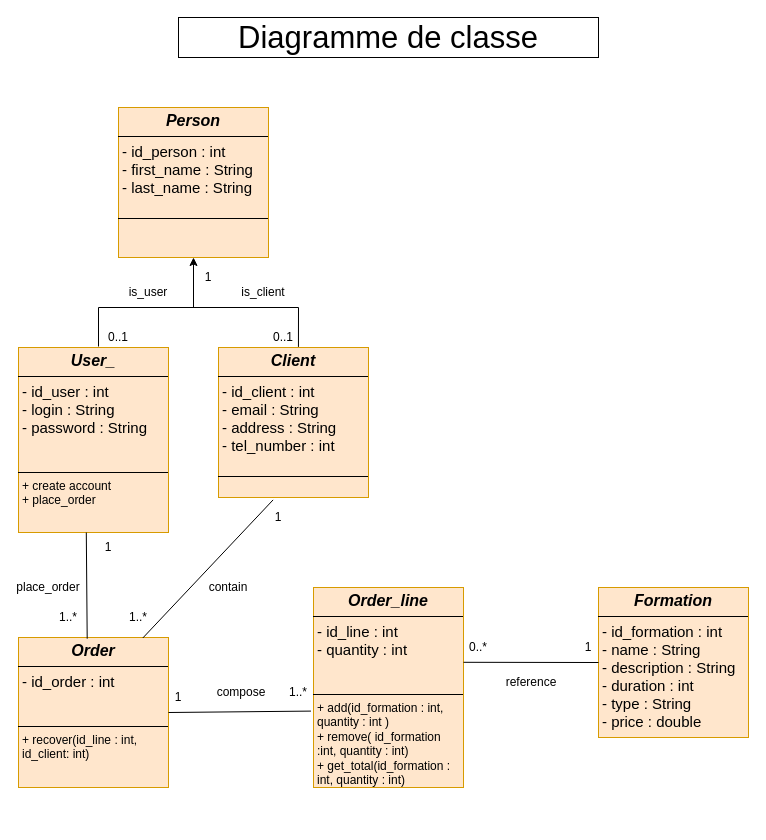
The draw.io diagram page "Diagramme de Classe" (1 of 4) of Conception/Diagrammes/UML_Appli_Formation.drawio in PinsolleP/Evaluation-Appli-Formation, before the edit. Source tidied: cells renumbered, new cells numbered last; positions are measured from the earlier drawing's top-left corner, leaving out a move shared by most shapes. Both pictures are drawn from the tidied source at 100%, with x=0, y=0 at pixel (18, 17).
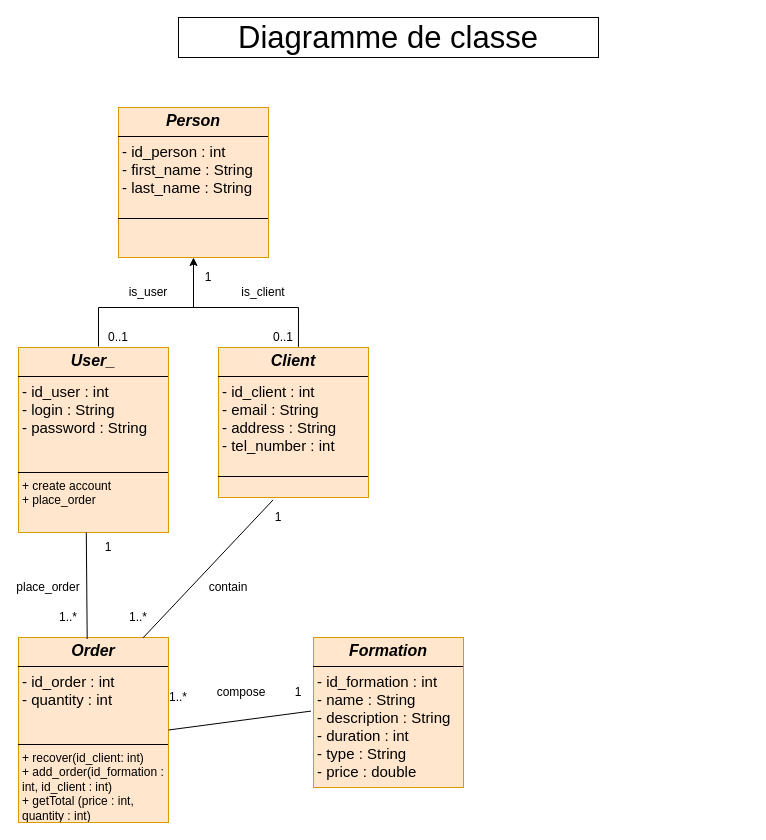
The same diagram, later.

Commit message:
Changement de modèle

The edit, as a diff of the source:
```diff
@@
-    <mxCell id="10" value="&lt;p style=&quot;margin:0px;margin-top:4px;text-align:center;&quot;&gt;&lt;span style=&quot;font-size: 16px;&quot;&gt;&lt;b&gt;&lt;i&gt;Order&lt;/i&gt;&lt;/b&gt;&lt;/span&gt;&lt;/p&gt;&lt;hr size=&quot;1&quot; style=&quot;border-style:solid;&quot;&gt;&lt;p style=&quot;margin:0px;margin-left:4px;&quot;&gt;&lt;font style=&quot;font-size: 15px;&quot;&gt;- id_order : int&lt;/font&gt;&lt;/p&gt;&lt;p style=&quot;margin:0px;margin-left:4px;&quot;&gt;&lt;br&gt;&lt;/p&gt;&lt;p style=&quot;margin:0px;margin-left:4px;&quot;&gt;&lt;br&gt;&lt;/p&gt;&lt;hr size=&quot;1&quot; style=&quot;border-style:solid;&quot;&gt;&lt;p style=&quot;margin:0px;margin-left:4px;&quot;&gt;+ recover(id_line : int, id_client: int)&lt;/p&gt;" style="verticalAlign=top;align=left;overflow=fill;html=1;whiteSpace=wrap;fillColor=#ffe6cc;strokeColor=#d79b00;" parent="1" vertex="1">
-      <mxGeometry y="620" width="150" height="150" as="geometry" />
+    <mxCell id="10" value="&lt;p style=&quot;margin:0px;margin-top:4px;text-align:center;&quot;&gt;&lt;span style=&quot;font-size: 16px;&quot;&gt;&lt;b&gt;&lt;i&gt;Order&lt;/i&gt;&lt;/b&gt;&lt;/span&gt;&lt;/p&gt;&lt;hr size=&quot;1&quot; style=&quot;border-style:solid;&quot;&gt;&lt;p style=&quot;margin:0px;margin-left:4px;&quot;&gt;&lt;font style=&quot;font-size: 15px;&quot;&gt;- id_order : int&lt;/font&gt;&lt;/p&gt;&lt;p style=&quot;margin:0px;margin-left:4px;&quot;&gt;&lt;span style=&quot;font-size: 15px;&quot;&gt;- quantity : int&lt;/span&gt;&lt;/p&gt;&lt;p style=&quot;margin:0px;margin-left:4px;&quot;&gt;&lt;br&gt;&lt;/p&gt;&lt;p style=&quot;margin:0px;margin-left:4px;&quot;&gt;&lt;br&gt;&lt;/p&gt;&lt;hr size=&quot;1&quot; style=&quot;border-style:solid;&quot;&gt;&lt;p style=&quot;margin:0px;margin-left:4px;&quot;&gt;+ recover(id_client: int)&lt;/p&gt;&lt;p style=&quot;margin:0px;margin-left:4px;&quot;&gt;+ add_order(id_formation : int, id_client : int)&lt;/p&gt;&lt;p style=&quot;margin:0px;margin-left:4px;&quot;&gt;+ getTotal (price : int, quantity : int)&lt;/p&gt;" style="verticalAlign=top;align=left;overflow=fill;html=1;whiteSpace=wrap;fillColor=#ffe6cc;strokeColor=#d79b00;" parent="1" vertex="1">
+      <mxGeometry y="620" width="150" height="185" as="geometry" />
     </mxCell>
-    <mxCell id="11" value="&lt;p style=&quot;margin:0px;margin-top:4px;text-align:center;&quot;&gt;&lt;span style=&quot;font-size: 16px;&quot;&gt;&lt;b&gt;&lt;i&gt;Order_line&lt;/i&gt;&lt;/b&gt;&lt;/span&gt;&lt;/p&gt;&lt;hr size=&quot;1&quot; style=&quot;border-style:solid;&quot;&gt;&lt;p style=&quot;margin:0px;margin-left:4px;&quot;&gt;&lt;span style=&quot;font-size: 15px; background-color: transparent; color: light-dark(rgb(0, 0, 0), rgb(255, 255, 255));&quot;&gt;- id_line : int&lt;/span&gt;&lt;/p&gt;&lt;p style=&quot;margin:0px;margin-left:4px;&quot;&gt;&lt;span style=&quot;font-size: 15px;&quot;&gt;- quantity : int&lt;/span&gt;&lt;/p&gt;&lt;p style=&quot;margin:0px;margin-left:4px;&quot;&gt;&lt;br&gt;&lt;/p&gt;&lt;p style=&quot;margin:0px;margin-left:4px;&quot;&gt;&lt;br&gt;&lt;/p&gt;&lt;hr size=&quot;1&quot; style=&quot;border-style:solid;&quot;&gt;&lt;p style=&quot;margin:0px;margin-left:4px;&quot;&gt;+ add(id_formation : int, quantity : int )&lt;/p&gt;&lt;p style=&quot;margin:0px;margin-left:4px;&quot;&gt;+ remove( id_formation :int, quantity : int)&lt;/p&gt;&lt;p style=&quot;margin:0px;margin-left:4px;&quot;&gt;+ get_total(id_formation : int, quantity : int)&lt;/p&gt;" style="verticalAlign=top;align=left;overflow=fill;html=1;whiteSpace=wrap;fillColor=#ffe6cc;strokeColor=#d79b00;" parent="1" vertex="1">
-      <mxGeometry x="295" y="570" width="150" height="200" as="geometry" />
-    </mxCell>
     <mxCell id="12" value="&lt;p style=&quot;margin:0px;margin-top:4px;text-align:center;&quot;&gt;&lt;span style=&quot;font-size: 16px;&quot;&gt;&lt;b&gt;&lt;i&gt;Formation&lt;/i&gt;&lt;/b&gt;&lt;/span&gt;&lt;/p&gt;&lt;hr size=&quot;1&quot; style=&quot;border-style:solid;&quot;&gt;&lt;p style=&quot;margin:0px;margin-left:4px;&quot;&gt;&lt;font style=&quot;font-size: 15px;&quot;&gt;- id_formation : int&lt;/font&gt;&lt;/p&gt;&lt;p style=&quot;margin:0px;margin-left:4px;&quot;&gt;&lt;font style=&quot;font-size: 15px;&quot;&gt;- name : String&lt;/font&gt;&lt;/p&gt;&lt;p style=&quot;margin:0px;margin-left:4px;&quot;&gt;&lt;span style=&quot;font-size: 15px;&quot;&gt;- description : String&lt;/span&gt;&lt;/p&gt;&lt;p style=&quot;margin:0px;margin-left:4px;&quot;&gt;&lt;span style=&quot;font-size: 15px;&quot;&gt;- duration : int&lt;/span&gt;&lt;/p&gt;&lt;p style=&quot;margin:0px;margin-left:4px;&quot;&gt;&lt;span style=&quot;font-size: 15px;&quot;&gt;- type : String&lt;/span&gt;&lt;/p&gt;&lt;p style=&quot;margin:0px;margin-left:4px;&quot;&gt;&lt;span style=&quot;font-size: 15px;&quot;&gt;- price : double&lt;/span&gt;&lt;/p&gt;&lt;p style=&quot;margin:0px;margin-left:4px;&quot;&gt;&lt;br&gt;&lt;/p&gt;&lt;hr size=&quot;1&quot; style=&quot;border-style:solid;&quot;&gt;&lt;p style=&quot;margin:0px;margin-left:4px;&quot;&gt;&lt;br&gt;&lt;/p&gt;" style="verticalAlign=top;align=left;overflow=fill;html=1;whiteSpace=wrap;fillColor=#ffe6cc;strokeColor=#d79b00;" parent="1" vertex="1">
-      <mxGeometry x="580" y="570" width="150" height="150" as="geometry" />
+      <mxGeometry x="295" y="620" width="150" height="150" as="geometry" />
     </mxCell>
@@
-    <mxCell id="15" style="endArrow=none;html=1;rounded=0;entryX=-0.017;entryY=0.618;entryDx=0;entryDy=0;exitX=1;exitY=0.5;exitDx=0;exitDy=0;entryPerimeter=0;" parent="1" edge="1" source="10" target="11">
-      <mxGeometry relative="1" as="geometry" />
+    <mxCell id="15" style="endArrow=none;html=1;rounded=0;entryX=-0.017;entryY=0.618;entryDx=0;entryDy=0;exitX=1;exitY=0.5;exitDx=0;exitDy=0;entryPerimeter=0;" parent="1" edge="1" source="10">
+      <mxGeometry relative="1" as="geometry">
+        <mxPoint x="292.5" y="693.6" as="targetPoint" />
+      </mxGeometry>
     </mxCell>
-    <mxCell id="16" style="endArrow=none;html=1;rounded=0;entryX=0;entryY=0.5;entryDx=0;entryDy=0;exitX=1;exitY=0.5;exitDx=0;exitDy=0;" parent="1" edge="1" target="12">
-      <mxGeometry relative="1" as="geometry">
-        <mxPoint x="445" y="644.8" as="sourcePoint" />
-      </mxGeometry>
-    </mxCell>
@@
-    <mxCell id="20" value="1" style="text;html=1;whiteSpace=wrap;strokeColor=none;fillColor=none;align=center;verticalAlign=middle;rounded=0;" parent="1" vertex="1">
-      <mxGeometry x="560" y="620" width="20" height="20" as="geometry" />
-    </mxCell>
-    <mxCell id="21" value="1..*" style="text;html=1;whiteSpace=wrap;strokeColor=none;fillColor=none;align=center;verticalAlign=middle;rounded=0;" parent="1" vertex="1">
+    <mxCell id="21" value="1" style="text;html=1;whiteSpace=wrap;strokeColor=none;fillColor=none;align=center;verticalAlign=middle;rounded=0;" parent="1" vertex="1">
       <mxGeometry x="270" y="665" width="20" height="20" as="geometry" />
     </mxCell>
@@
-    <mxCell id="26" value="1" style="text;html=1;whiteSpace=wrap;strokeColor=none;fillColor=none;align=center;verticalAlign=middle;rounded=0;" parent="1" vertex="1">
+    <mxCell id="26" value="1..*" style="text;html=1;whiteSpace=wrap;strokeColor=none;fillColor=none;align=center;verticalAlign=middle;rounded=0;" parent="1" vertex="1">
       <mxGeometry x="150" y="670" width="20" height="20" as="geometry" />
     </mxCell>
-    <mxCell id="27" value="0..*" style="text;html=1;whiteSpace=wrap;strokeColor=none;fillColor=none;align=center;verticalAlign=middle;rounded=0;" parent="1" vertex="1">
-      <mxGeometry x="450" y="620" width="20" height="20" as="geometry" />
-    </mxCell>
@@
-    <mxCell id="33" value="reference" style="text;html=1;whiteSpace=wrap;strokeColor=none;fillColor=none;align=center;verticalAlign=middle;rounded=0;" parent="1" vertex="1">
-      <mxGeometry x="483" y="650" width="60" height="30" as="geometry" />
-    </mxCell>
```
